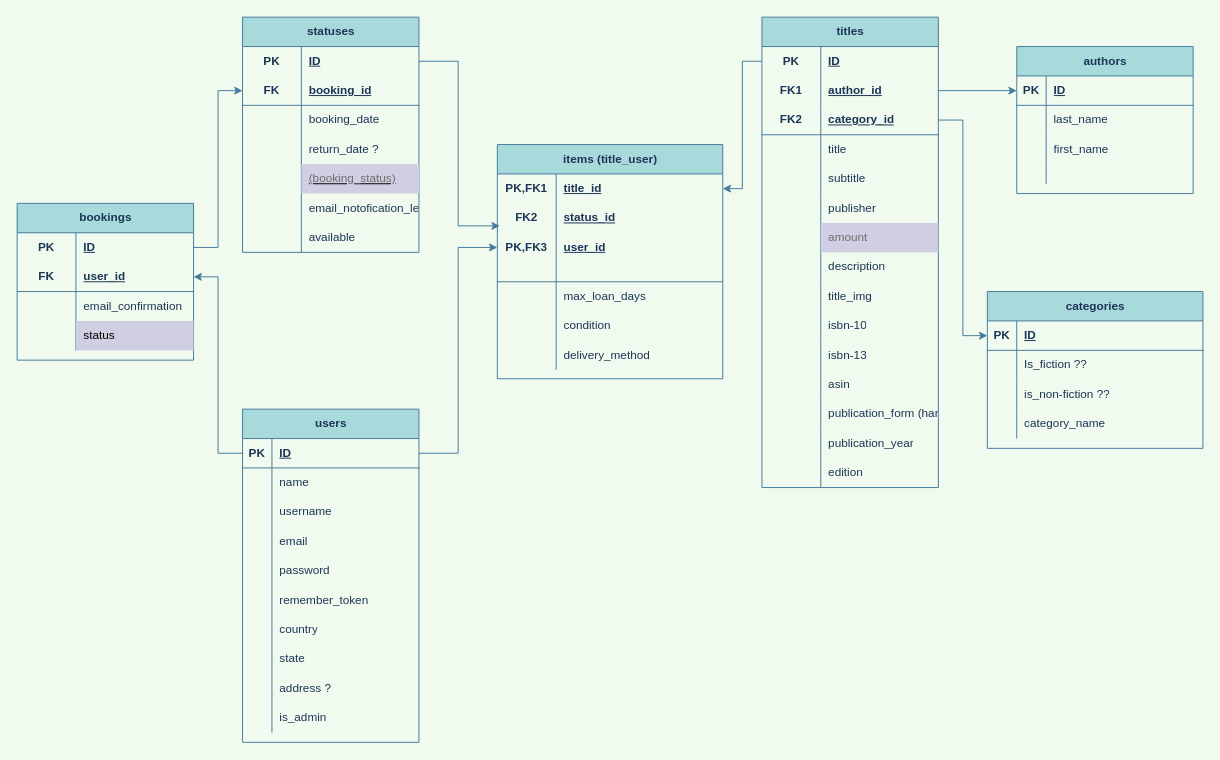
Above: page "relation schema" (2 of 3) of unterlagen/er-model.drawio in fines01/XLib (draw.io), before the change. Source tidied: cells renumbered, new cells numbered last; positions are measured from the earlier drawing's top-left corner, leaving out a move shared by most shapes. Both pictures are drawn from the tidied source at 98%, with x=0, y=0 at pixel (17, 17).
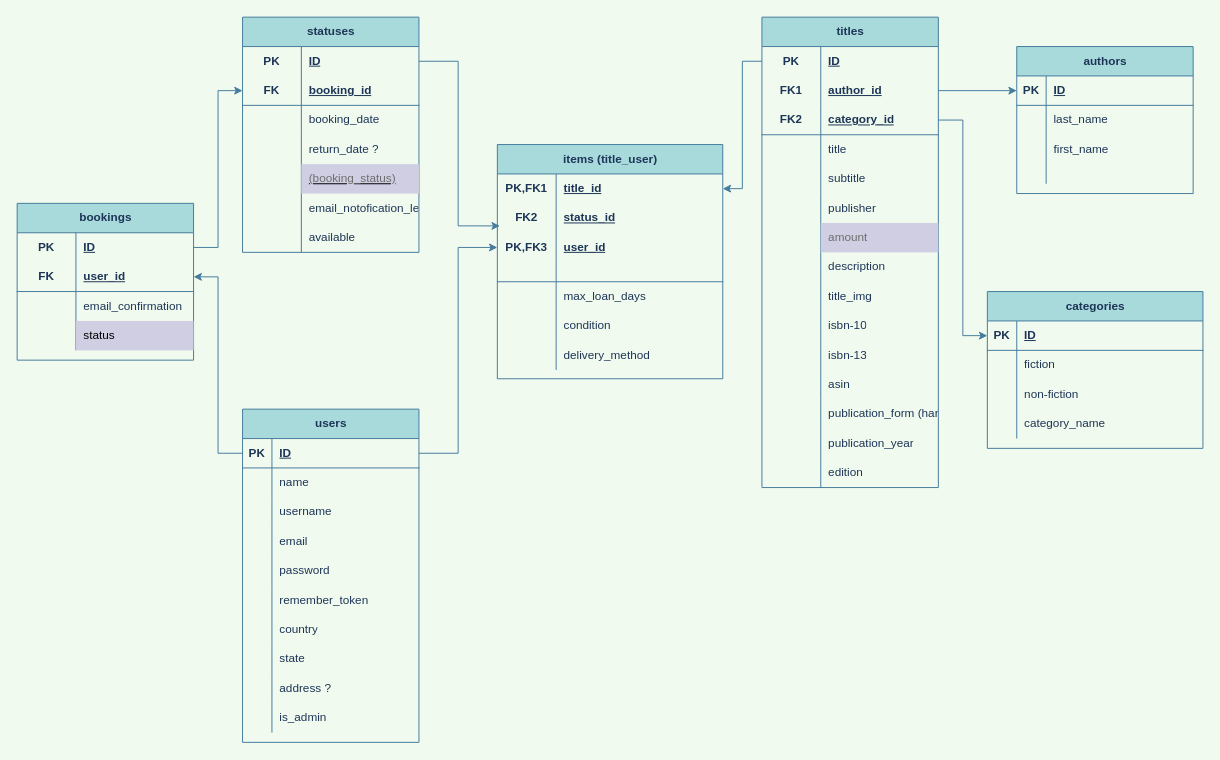
The same page after the edit.

Commit message (it also covers changes not shown here):
Update relation schema and migration tables

Unchanged cells that the change refers to:
```xml
<mxCell id="153" style="shape=partialRectangle;fillColor=none;top=0;left=0;bottom=0;right=0;labelBackgroundColor=none;labelBorderColor=none;html=1;strokeColor=#457B9D;fontColor=#1D3557;" parent="149" vertex="1">
  <mxGeometry y="60" width="220" height="30" as="geometry" />
</mxCell>
<mxCell id="156" style="shape=partialRectangle;fillColor=none;top=0;left=0;bottom=0;right=0;labelBackgroundColor=none;labelBorderColor=none;html=1;strokeColor=#457B9D;fontColor=#1D3557;" parent="149" vertex="1">
  <mxGeometry y="90" width="220" height="30" as="geometry" />
</mxCell>
```

Change to the diagram source:
```diff
@@
-    <mxCell id="155" value="Is_fiction ??" style="shape=partialRectangle;fillColor=none;top=0;left=0;bottom=0;right=0;align=left;spacingLeft=6;overflow=hidden;labelBackgroundColor=none;labelBorderColor=none;html=1;strokeColor=#457B9D;fontColor=#1D3557;" parent="153" vertex="1">
+    <mxCell id="155" value="fiction" style="shape=partialRectangle;fillColor=none;top=0;left=0;bottom=0;right=0;align=left;spacingLeft=6;overflow=hidden;labelBackgroundColor=none;labelBorderColor=none;html=1;strokeColor=#457B9D;fontColor=#1D3557;" parent="153" vertex="1">
       <mxGeometry x="30" width="190" height="30" as="geometry" />
     </mxCell>
@@
-    <mxCell id="158" value="is_non-fiction ??" style="shape=partialRectangle;fillColor=none;top=0;left=0;bottom=0;right=0;align=left;spacingLeft=6;overflow=hidden;labelBackgroundColor=none;labelBorderColor=none;html=1;strokeColor=#457B9D;fontColor=#1D3557;" parent="156" vertex="1">
+    <mxCell id="158" value="non-fiction" style="shape=partialRectangle;fillColor=none;top=0;left=0;bottom=0;right=0;align=left;spacingLeft=6;overflow=hidden;labelBackgroundColor=none;labelBorderColor=none;html=1;strokeColor=#457B9D;fontColor=#1D3557;" parent="156" vertex="1">
       <mxGeometry x="30" width="190" height="30" as="geometry" />
     </mxCell>
```
